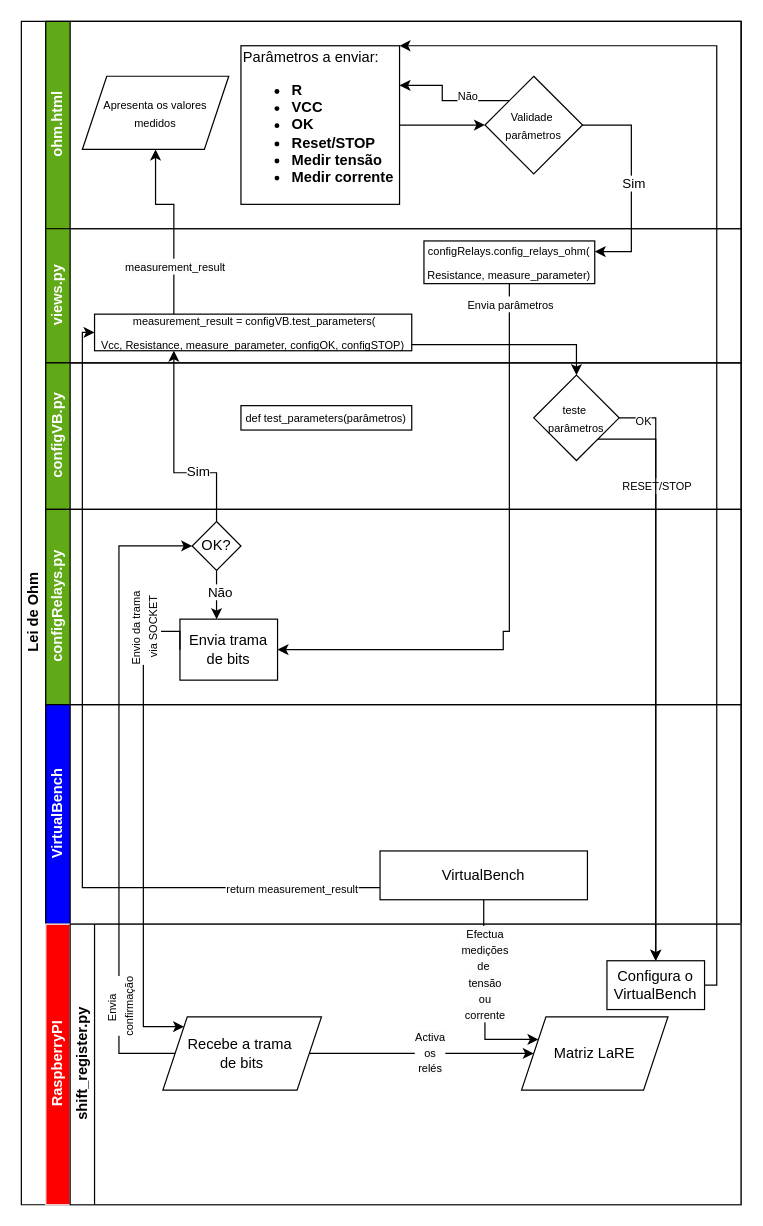
This is diagramas/flowchart_OHM.drawio from eddygrinder/LaRE, a draw.io file, before an edit. Source tidied: cells renumbered, new cells numbered last; positions are measured from the earlier drawing's top-left corner, leaving out a move shared by most shapes. Both pictures are drawn from the tidied source at 122%, with x=0, y=0 at pixel (21, 21).
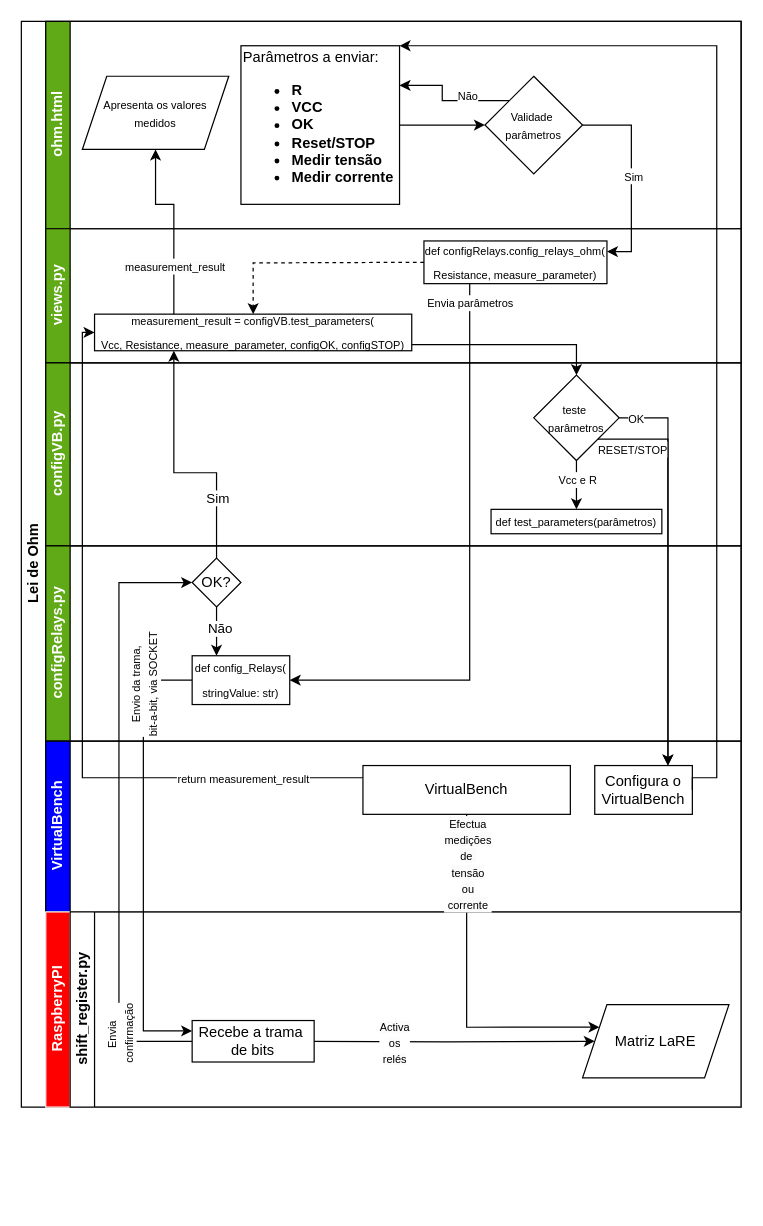
After the change.

Unchanged cells that the change refers to:
```xml
<mxCell id="5" value="Parâmetros a enviar:&lt;br&gt;&lt;ul&gt;&lt;li&gt;&lt;b&gt;R&lt;/b&gt;&lt;/li&gt;&lt;li&gt;&lt;b&gt;VCC&lt;/b&gt;&lt;/li&gt;&lt;li&gt;&lt;b&gt;OK&lt;/b&gt;&lt;/li&gt;&lt;li&gt;&lt;b&gt;Reset/STOP&lt;/b&gt;&lt;/li&gt;&lt;li&gt;&lt;b&gt;Medir tensão&lt;/b&gt;&lt;/li&gt;&lt;li&gt;&lt;b&gt;Medir corrente&lt;/b&gt;&lt;/li&gt;&lt;/ul&gt;" style="rounded=0;whiteSpace=wrap;html=1;fontFamily=Helvetica;fontSize=12;fontColor=#000000;align=left;" parent="3" vertex="1">
  <mxGeometry x="160" y="20" width="130" height="130" as="geometry" />
</mxCell>
<mxCell id="10" value="&lt;font color=&quot;#ffffff&quot;&gt;views.py&lt;/font&gt;" style="swimlane;html=1;startSize=20;horizontal=0;fillColor=#60A917;" parent="2" vertex="1">
  <mxGeometry x="20" y="170" width="570" height="110" as="geometry" />
</mxCell>
<mxCell id="17" value="&lt;p&gt;&lt;font style=&quot;font-size: 9px;&quot;&gt;teste&amp;nbsp;&lt;br&gt;&lt;/font&gt;&lt;span style=&quot;font-size: 9px; background-color: initial;&quot;&gt;parâmetros&lt;/span&gt;&lt;/p&gt;" style="rhombus;whiteSpace=wrap;html=1;fontFamily=Helvetica;fontSize=12;fontColor=#000000;align=center;" parent="13" vertex="1">
  <mxGeometry x="400" y="10" width="70" height="70" as="geometry" />
</mxCell>
<mxCell id="22" value="OK?" style="rhombus;whiteSpace=wrap;html=1;" parent="18" vertex="1">
  <mxGeometry x="120" y="10" width="40" height="40" as="geometry" />
</mxCell>
<mxCell id="44" style="edgeStyle=orthogonalEdgeStyle;rounded=0;jettySize=auto;html=1;entryX=0.25;entryY=1;entryDx=0;entryDy=0;" parent="2" edge="1" source="22" target="11">
  <mxGeometry relative="1" as="geometry">
    <Array as="points">
      <mxPoint x="160" y="370" />
      <mxPoint x="125" y="370" />
    </Array>
  </mxGeometry>
</mxCell>
<mxCell id="50" style="edgeStyle=orthogonalEdgeStyle;rounded=0;jettySize=auto;html=1;entryX=1;entryY=0.25;entryDx=0;entryDy=0;exitX=1;exitY=0.5;exitDx=0;exitDy=0;" parent="2" edge="1" source="8" target="12">
  <mxGeometry relative="1" as="geometry">
    <Array as="points">
      <mxPoint x="500" y="85" />
      <mxPoint x="500" y="189" />
    </Array>
  </mxGeometry>
</mxCell>
```

Change to the diagram source:
```diff
@@
     <mxCell id="2" value="Lei de Ohm" style="swimlane;html=1;horizontal=0;startSize=20;" parent="1" vertex="1">
-      <mxGeometry width="590" height="970" as="geometry" />
+      <mxGeometry width="590" height="890" as="geometry" />
     </mxCell>
@@
-    <mxCell id="11" value="&lt;div style=&quot;line-height: 19px;&quot;&gt;&lt;font style=&quot;font-size: 9px;&quot;&gt;&amp;nbsp;measurement_result = configVB.test_parameters(&lt;br&gt;&lt;/font&gt;&lt;span style=&quot;font-size: 9px; background-color: initial;&quot;&gt;Vcc, Resistance, measure_parameter, configOK, configSTOP)&lt;/span&gt;&lt;/div&gt;" style="rounded=0;whiteSpace=wrap;html=1;fontFamily=Helvetica;fontSize=12;fontColor=#000000;align=center;" parent="10" vertex="1">
+    <mxCell id="11" value="&lt;div style=&quot;line-height: 19px;&quot;&gt;&lt;font style=&quot;font-size: 9px;&quot;&gt;measurement_result = configVB.test_parameters(&lt;br&gt;&lt;/font&gt;&lt;span style=&quot;font-size: 9px; background-color: initial;&quot;&gt;Vcc, Resistance, measure_parameter, configOK, configSTOP)&lt;/span&gt;&lt;/div&gt;" style="rounded=0;whiteSpace=wrap;html=1;fontFamily=Helvetica;fontSize=12;fontColor=#000000;align=center;" parent="10" vertex="1">
       <mxGeometry x="40" y="70" width="260" height="30" as="geometry" />
     </mxCell>
-    <mxCell id="12" value="&lt;div style=&quot;line-height: 19px;&quot;&gt;&lt;div style=&quot;line-height: 19px;&quot;&gt;&lt;font style=&quot;font-size: 9px;&quot;&gt;configRelays.config_relays_ohm(&lt;br&gt;Resistance, measure_parameter&lt;/font&gt;&lt;span style=&quot;font-size: 9px; background-color: initial;&quot;&gt;)&lt;/span&gt;&lt;/div&gt;&lt;/div&gt;" style="rounded=0;whiteSpace=wrap;html=1;fontFamily=Helvetica;fontSize=12;fontColor=#000000;align=center;" parent="10" vertex="1">
-      <mxGeometry x="310" y="10" width="140" height="35" as="geometry" />
+    <mxCell id="12" value="&lt;div style=&quot;line-height: 19px;&quot;&gt;&lt;div style=&quot;line-height: 19px;&quot;&gt;&lt;font style=&quot;font-size: 9px;&quot;&gt;def configRelays.config_relays_ohm(&lt;br&gt;Resistance, measure_parameter&lt;/font&gt;&lt;span style=&quot;font-size: 9px; background-color: initial;&quot;&gt;)&lt;/span&gt;&lt;/div&gt;&lt;/div&gt;" style="rounded=0;whiteSpace=wrap;html=1;fontFamily=Helvetica;fontSize=12;fontColor=#000000;align=center;" parent="10" vertex="1">
+      <mxGeometry x="310" y="10" width="150" height="35" as="geometry" />
     </mxCell>
+    <mxCell id="52" style="endArrow=classic;dashed=1;html=1;rounded=0;exitX=0;exitY=0.5;exitDx=0;exitDy=0;entryX=0.5;entryY=0;entryDx=0;entryDy=0;" parent="10" edge="1" source="12" target="11">
+      <mxGeometry relative="1" as="geometry">
+        <Array as="points">
+          <mxPoint x="170" y="28" />
+        </Array>
+      </mxGeometry>
+    </mxCell>
     <mxCell id="13" value="&lt;font color=&quot;#ffffff&quot;&gt;configVB.py&lt;/font&gt;" style="swimlane;html=1;startSize=20;horizontal=0;fillColor=#60A917;" parent="2" vertex="1">
-      <mxGeometry x="20" y="280" width="570" height="120" as="geometry" />
+      <mxGeometry x="20" y="280" width="570" height="150" as="geometry" />
     </mxCell>
     <mxCell id="14" value="&lt;div style=&quot;line-height: 19px;&quot;&gt;&lt;font style=&quot;font-size: 9px;&quot;&gt;def test_parameters(parâmetros)&lt;/font&gt;&lt;/div&gt;" style="rounded=0;whiteSpace=wrap;html=1;fontFamily=Helvetica;fontSize=12;fontColor=#000000;align=center;" parent="13" vertex="1">
-      <mxGeometry x="160" y="35" width="140" height="20" as="geometry" />
+      <mxGeometry x="365" y="120" width="140" height="20" as="geometry" />
     </mxCell>
-    <mxCell id="15" style="edgeStyle=orthogonalEdgeStyle;rounded=0;jettySize=auto;html=1;exitX=1;exitY=1;exitDx=0;exitDy=0;" parent="13" edge="1" source="17">
-      <mxGeometry relative="1" as="geometry">
-        <mxPoint x="500" y="490" as="targetPoint" />
-        <Array as="points">
-          <mxPoint x="500" y="63" />
-        </Array>
-      </mxGeometry>
-    </mxCell>
-    <mxCell id="16" value="&lt;font style=&quot;font-size: 9px;&quot;&gt;RESET/STOP&lt;/font&gt;" style="edgeLabel;html=1;align=center;verticalAlign=middle;" parent="15" vertex="1">
-      <mxGeometry x="-0.54" relative="1" as="geometry">
-        <mxPoint y="-24" as="offset" />
-      </mxGeometry>
-    </mxCell>
+    <mxCell id="53" style="edgeStyle=orthogonalEdgeStyle;rounded=0;jettySize=auto;html=1;exitX=0.5;exitY=1;exitDx=0;exitDy=0;entryX=0.5;entryY=0;entryDx=0;entryDy=0;" parent="13" edge="1" source="17" target="14">
+      <mxGeometry relative="1" as="geometry" />
+    </mxCell>
+    <mxCell id="54" value="&lt;font style=&quot;font-size: 9px;&quot;&gt;Vcc e R&lt;/font&gt;" style="edgeLabel;html=1;align=center;verticalAlign=middle;" parent="53" vertex="1">
+      <mxGeometry x="0.12" y="-2" relative="1" as="geometry">
+        <mxPoint x="2" y="-7" as="offset" />
+      </mxGeometry>
+    </mxCell>
@@
     <mxCell id="18" value="&lt;font color=&quot;#ffffff&quot;&gt;configRelays.py&lt;/font&gt;" style="swimlane;html=1;startSize=20;horizontal=0;fillColor=#60A917;" parent="2" vertex="1">
-      <mxGeometry x="20" y="400" width="570" height="160" as="geometry" />
+      <mxGeometry x="20" y="430" width="570" height="160" as="geometry" />
     </mxCell>
-    <mxCell id="19" value="Envia trama de bits" style="rounded=0;whiteSpace=wrap;html=1;" parent="18" vertex="1">
-      <mxGeometry x="110" y="90" width="80" height="50" as="geometry" />
+    <mxCell id="19" value="&lt;div style=&quot;line-height: 19px;&quot;&gt;&lt;font style=&quot;font-size: 9px;&quot;&gt;def config_Relays(&lt;br&gt;stringValue: str)&lt;/font&gt;&lt;/div&gt;" style="rounded=0;whiteSpace=wrap;html=1;" parent="18" vertex="1">
+      <mxGeometry x="120" y="90" width="80" height="40" as="geometry" />
     </mxCell>
@@
     <mxCell id="23" value="&lt;font color=&quot;#ffffff&quot;&gt;VirtualBench&lt;/font&gt;" style="swimlane;html=1;startSize=20;horizontal=0;fillColor=#0000FF;" parent="2" vertex="1">
-      <mxGeometry x="20" y="560" width="570" height="180" as="geometry" />
+      <mxGeometry x="20" y="590" width="570" height="140" as="geometry" />
     </mxCell>
     <mxCell id="24" value="VirtualBench" style="rounded=0;whiteSpace=wrap;html=1;" parent="23" vertex="1">
-      <mxGeometry x="274" y="120" width="170" height="40" as="geometry" />
+      <mxGeometry x="260" y="20" width="170" height="40" as="geometry" />
     </mxCell>
+    <mxCell id="31" value="Configura o VirtualBench" style="rounded=0;whiteSpace=wrap;html=1;" parent="23" vertex="1">
+      <mxGeometry x="450" y="20" width="80" height="40" as="geometry" />
+    </mxCell>
     <mxCell id="25" value="&lt;font color=&quot;#ffffff&quot;&gt;RaspberryPI&lt;/font&gt;" style="swimlane;html=1;startSize=20;horizontal=0;fillColor=#FF0000;strokeColor=#FFFFFF;" parent="2" vertex="1">
-      <mxGeometry x="20" y="740" width="570" height="230" as="geometry" />
+      <mxGeometry x="20" y="730" width="570" height="160" as="geometry" />
     </mxCell>
     <mxCell id="26" value="shift_register.py" style="swimlane;html=1;startSize=20;horizontal=0;" parent="25" vertex="1">
-      <mxGeometry x="20" width="550" height="230" as="geometry" />
+      <mxGeometry x="20" width="550" height="160" as="geometry" />
     </mxCell>
-    <mxCell id="27" style="edgeStyle=orthogonalEdgeStyle;rounded=0;jettySize=auto;html=1;entryX=0;entryY=0.5;entryDx=0;entryDy=0;" parent="26" edge="1" source="29" target="30">
-      <mxGeometry relative="1" as="geometry" />
+    <mxCell id="27" style="edgeStyle=orthogonalEdgeStyle;rounded=0;jettySize=auto;html=1;entryX=0;entryY=0.5;entryDx=0;entryDy=0;" parent="26" edge="1" target="30">
+      <mxGeometry relative="1" as="geometry">
+        <mxPoint x="196" y="106" as="sourcePoint" />
+      </mxGeometry>
     </mxCell>
     <mxCell id="28" value="&lt;font style=&quot;font-size: 9px;&quot;&gt;&lt;span style=&quot;text-wrap: wrap; background-color: rgb(251, 251, 251);&quot;&gt;A&lt;/span&gt;&lt;span style=&quot;background-color: rgb(251, 251, 251); text-wrap: wrap;&quot;&gt;ctiva os&lt;/span&gt;&lt;/font&gt;&lt;div&gt;&lt;span style=&quot;background-color: rgb(251, 251, 251); text-wrap: wrap; font-size: 9px;&quot;&gt;relés&lt;/span&gt;&lt;br&gt;&lt;/div&gt;" style="edgeLabel;html=1;align=center;verticalAlign=middle;" parent="27" vertex="1">
-      <mxGeometry x="0.06" y="2" relative="1" as="geometry" />
+      <mxGeometry x="0.06" y="2" relative="1" as="geometry">
+        <mxPoint x="-54" y="2" as="offset" />
+      </mxGeometry>
     </mxCell>
+    <mxCell id="30" value="Matriz LaRE" style="shape=parallelogram;perimeter=parallelogramPerimeter;whiteSpace=wrap;html=1;fixedSize=1;" parent="26" vertex="1">
+      <mxGeometry x="420" y="76" width="120" height="60" as="geometry" />
+    </mxCell>
-    <mxCell id="29" value="Recebe a trama&amp;nbsp;&lt;div&gt;de bits&lt;/div&gt;" style="shape=parallelogram;perimeter=parallelogramPerimeter;whiteSpace=wrap;html=1;fixedSize=1;" parent="26" vertex="1">
-      <mxGeometry x="76" y="76" width="130" height="60" as="geometry" />
+    <mxCell id="29" value="Recebe a trama&amp;nbsp;&lt;div&gt;de bits&lt;/div&gt;" style="rounded=0;whiteSpace=wrap;html=1;" parent="26" vertex="1">
+      <mxGeometry x="100" y="89" width="100" height="34" as="geometry" />
     </mxCell>
-    <mxCell id="30" value="Matriz LaRE" style="shape=parallelogram;perimeter=parallelogramPerimeter;whiteSpace=wrap;html=1;fixedSize=1;" parent="26" vertex="1">
-      <mxGeometry x="370" y="76" width="120" height="60" as="geometry" />
-    </mxCell>
-    <mxCell id="31" value="Configura o VirtualBench" style="rounded=0;whiteSpace=wrap;html=1;" parent="25" vertex="1">
-      <mxGeometry x="460" y="30" width="80" height="40" as="geometry" />
-    </mxCell>
@@
-    <mxCell id="33" style="edgeStyle=orthogonalEdgeStyle;rounded=0;jettySize=auto;html=1;exitX=0;exitY=0.75;exitDx=0;exitDy=0;entryX=0;entryY=0.5;entryDx=0;entryDy=0;" parent="2" edge="1" source="24" target="11">
+    <mxCell id="33" style="edgeStyle=orthogonalEdgeStyle;rounded=0;jettySize=auto;html=1;entryX=0;entryY=0.5;entryDx=0;entryDy=0;" parent="2" edge="1" target="11">
       <mxGeometry relative="1" as="geometry">
+        <mxPoint x="280" y="620" as="sourcePoint" />
         <Array as="points">
-          <mxPoint x="50" y="710" />
+          <mxPoint x="50" y="620" />
           <mxPoint x="50" y="255" />
         </Array>
       </mxGeometry>
     </mxCell>
     <mxCell id="34" value="&lt;font style=&quot;font-size: 9px;&quot;&gt;return measurement_result&lt;/font&gt;" style="edgeLabel;html=1;align=center;verticalAlign=middle;" parent="33" vertex="1">
       <mxGeometry x="-0.62" y="-2" relative="1" as="geometry">
-        <mxPoint x="62" y="2" as="offset" />
+        <mxPoint x="16" y="2" as="offset" />
       </mxGeometry>
     </mxCell>
-    <mxCell id="35" style="edgeStyle=orthogonalEdgeStyle;rounded=0;jettySize=auto;html=1;exitX=0;exitY=0.5;exitDx=0;exitDy=0;entryX=0;entryY=0;entryDx=0;entryDy=0;" parent="2" edge="1" source="19" target="29">
+    <mxCell id="35" style="edgeStyle=orthogonalEdgeStyle;rounded=0;jettySize=auto;html=1;exitX=0;exitY=0.5;exitDx=0;exitDy=0;entryX=0;entryY=0.25;entryDx=0;entryDy=0;" parent="2" edge="1" source="19" target="29">
       <mxGeometry relative="1" as="geometry">
         <Array as="points">
-          <mxPoint x="100" y="500" />
-          <mxPoint x="100" y="824" />
+          <mxPoint x="100" y="540" />
+          <mxPoint x="100" y="827" />
+          <mxPoint x="140" y="827" />
         </Array>
       </mxGeometry>
     </mxCell>
-    <mxCell id="36" value="&lt;font style=&quot;font-size: 9px;&quot;&gt;Envio da trama&lt;/font&gt;&lt;div&gt;&lt;font style=&quot;font-size: 9px;&quot;&gt;&amp;nbsp;via SOCKET&lt;/font&gt;&lt;/div&gt;" style="edgeLabel;html=1;align=center;verticalAlign=middle;rotation=-90;" parent="35" vertex="1">
+    <mxCell id="36" value="&lt;font style=&quot;font-size: 9px;&quot;&gt;Envio da trama, &lt;br&gt;bit-a-bit,&amp;nbsp;&lt;/font&gt;&lt;span style=&quot;font-size: 9px;&quot;&gt;via SOCKET&lt;/span&gt;" style="edgeLabel;html=1;align=center;verticalAlign=middle;rotation=-90;" parent="35" vertex="1">
       <mxGeometry x="-0.13" relative="1" as="geometry">
-        <mxPoint y="-131" as="offset" />
+        <mxPoint y="-115" as="offset" />
       </mxGeometry>
     </mxCell>
     <mxCell id="37" style="edgeStyle=orthogonalEdgeStyle;rounded=0;jettySize=auto;html=1;exitX=0;exitY=0.5;exitDx=0;exitDy=0;entryX=0;entryY=0.5;entryDx=0;entryDy=0;" parent="2" edge="1" source="29" target="22">
       <mxGeometry relative="1" as="geometry">
         <Array as="points">
-          <mxPoint x="80" y="846" />
-          <mxPoint x="80" y="430" />
+          <mxPoint x="80" y="836" />
+          <mxPoint x="80" y="460" />
         </Array>
       </mxGeometry>
     </mxCell>
@@
-    <mxCell id="39" style="edgeStyle=orthogonalEdgeStyle;rounded=0;jettySize=auto;html=1;exitX=1;exitY=0.5;exitDx=0;exitDy=0;" parent="2" edge="1" source="17" target="31">
+    <mxCell id="39" style="edgeStyle=orthogonalEdgeStyle;rounded=0;jettySize=auto;html=1;exitX=1;exitY=0.5;exitDx=0;exitDy=0;entryX=0.75;entryY=0;entryDx=0;entryDy=0;" parent="2" edge="1" source="17" target="31">
       <mxGeometry relative="1" as="geometry">
         <Array as="points">
-          <mxPoint x="520" y="325" />
+          <mxPoint x="530" y="325" />
         </Array>
       </mxGeometry>
     </mxCell>
     <mxCell id="40" value="&lt;font style=&quot;font-size: 9px;&quot;&gt;OK&lt;/font&gt;" style="edgeLabel;html=1;align=center;verticalAlign=middle;" parent="39" vertex="1">
-      <mxGeometry x="-0.92" y="-1" relative="1" as="geometry" />
+      <mxGeometry x="-0.92" y="-1" relative="1" as="geometry">
+        <mxPoint y="-1" as="offset" />
+      </mxGeometry>
     </mxCell>
-    <mxCell id="41" style="edgeStyle=orthogonalEdgeStyle;rounded=0;jettySize=auto;html=1;entryX=1;entryY=0;entryDx=0;entryDy=0;" parent="2" edge="1" target="5">
+    <mxCell id="41" style="edgeStyle=orthogonalEdgeStyle;rounded=0;jettySize=auto;html=1;entryX=1;entryY=0;entryDx=0;entryDy=0;exitX=1;exitY=0.5;exitDx=0;exitDy=0;" parent="2" edge="1" source="31" target="5">
       <mxGeometry relative="1" as="geometry">
-        <mxPoint x="560" y="790" as="sourcePoint" />
         <Array as="points">
-          <mxPoint x="570" y="790" />
+          <mxPoint x="570" y="620" />
           <mxPoint x="570" y="20" />
         </Array>
       </mxGeometry>
     </mxCell>
-    <mxCell id="42" style="edgeStyle=orthogonalEdgeStyle;rounded=0;jettySize=auto;html=1;entryX=1;entryY=0.5;entryDx=0;entryDy=0;exitX=0.5;exitY=1;exitDx=0;exitDy=0;" parent="2" edge="1" source="12" target="19">
+    <mxCell id="42" style="edgeStyle=orthogonalEdgeStyle;rounded=0;jettySize=auto;html=1;entryX=1;entryY=0.5;entryDx=0;entryDy=0;exitX=0.25;exitY=1;exitDx=0;exitDy=0;" parent="2" edge="1" source="12" target="19">
       <mxGeometry relative="1" as="geometry">
         <Array as="points">
-          <mxPoint x="395" y="500" />
+          <mxPoint x="368" y="540" />
         </Array>
       </mxGeometry>
     </mxCell>
@@
     <mxCell id="45" value="Sim" style="edgeLabel;html=1;align=center;verticalAlign=middle;" parent="44" vertex="1">
-      <mxGeometry x="-0.36" y="-2" relative="1" as="geometry" />
+      <mxGeometry x="-0.36" y="-2" relative="1" as="geometry">
+        <mxPoint x="-2" y="16" as="offset" />
+      </mxGeometry>
     </mxCell>
     <mxCell id="46" style="edgeStyle=orthogonalEdgeStyle;rounded=0;jettySize=auto;html=1;exitX=0.5;exitY=1;exitDx=0;exitDy=0;entryX=0;entryY=0.25;entryDx=0;entryDy=0;" parent="2" edge="1" source="24" target="30">
       <mxGeometry relative="1" as="geometry">
         <Array as="points">
-          <mxPoint x="379" y="768" />
-          <mxPoint x="380" y="768" />
-          <mxPoint x="380" y="835" />
+          <mxPoint x="365" y="825" />
         </Array>
       </mxGeometry>
     </mxCell>
     <mxCell id="47" value="&lt;span style=&quot;text-wrap: wrap; background-color: rgb(251, 251, 251);&quot;&gt;&lt;font style=&quot;font-size: 9px;&quot;&gt;Efectua medições de&amp;nbsp;&lt;/font&gt;&lt;/span&gt;&lt;div&gt;&lt;span style=&quot;text-wrap: wrap; background-color: rgb(251, 251, 251);&quot;&gt;&lt;font style=&quot;font-size: 9px;&quot;&gt;tensão ou corrente&lt;/font&gt;&lt;/span&gt;&lt;/div&gt;" style="edgeLabel;html=1;align=center;verticalAlign=middle;" parent="46" vertex="1">
       <mxGeometry x="-0.37" y="1" relative="1" as="geometry">
-        <mxPoint x="-2" y="11" as="offset" />
+        <mxPoint x="-1" y="-49" as="offset" />
       </mxGeometry>
     </mxCell>
@@
-    <mxCell id="51" value="Sim" style="edgeLabel;html=1;align=center;verticalAlign=middle;" parent="50" vertex="1">
+    <mxCell id="51" value="&lt;font style=&quot;font-size: 9px;&quot;&gt;Sim&lt;/font&gt;" style="edgeLabel;html=1;align=center;verticalAlign=middle;" parent="50" vertex="1">
       <mxGeometry x="0.19" y="-1" relative="1" as="geometry">
         <mxPoint x="2" y="-16" as="offset" />
       </mxGeometry>
     </mxCell>
+    <mxCell id="15" style="edgeStyle=orthogonalEdgeStyle;rounded=0;jettySize=auto;html=1;exitX=1;exitY=1;exitDx=0;exitDy=0;entryX=0.75;entryY=0;entryDx=0;entryDy=0;" parent="2" edge="1" source="17" target="31">
+      <mxGeometry relative="1" as="geometry">
+        <Array as="points">
+          <mxPoint x="530" y="343" />
+        </Array>
+      </mxGeometry>
+    </mxCell>
+    <mxCell id="16" value="&lt;font style=&quot;font-size: 9px;&quot;&gt;RESET/STOP&lt;/font&gt;" style="edgeLabel;html=1;align=center;verticalAlign=middle;" parent="15" vertex="1">
+      <mxGeometry x="-0.54" relative="1" as="geometry">
+        <mxPoint x="-30" y="-10" as="offset" />
+      </mxGeometry>
+    </mxCell>
```
